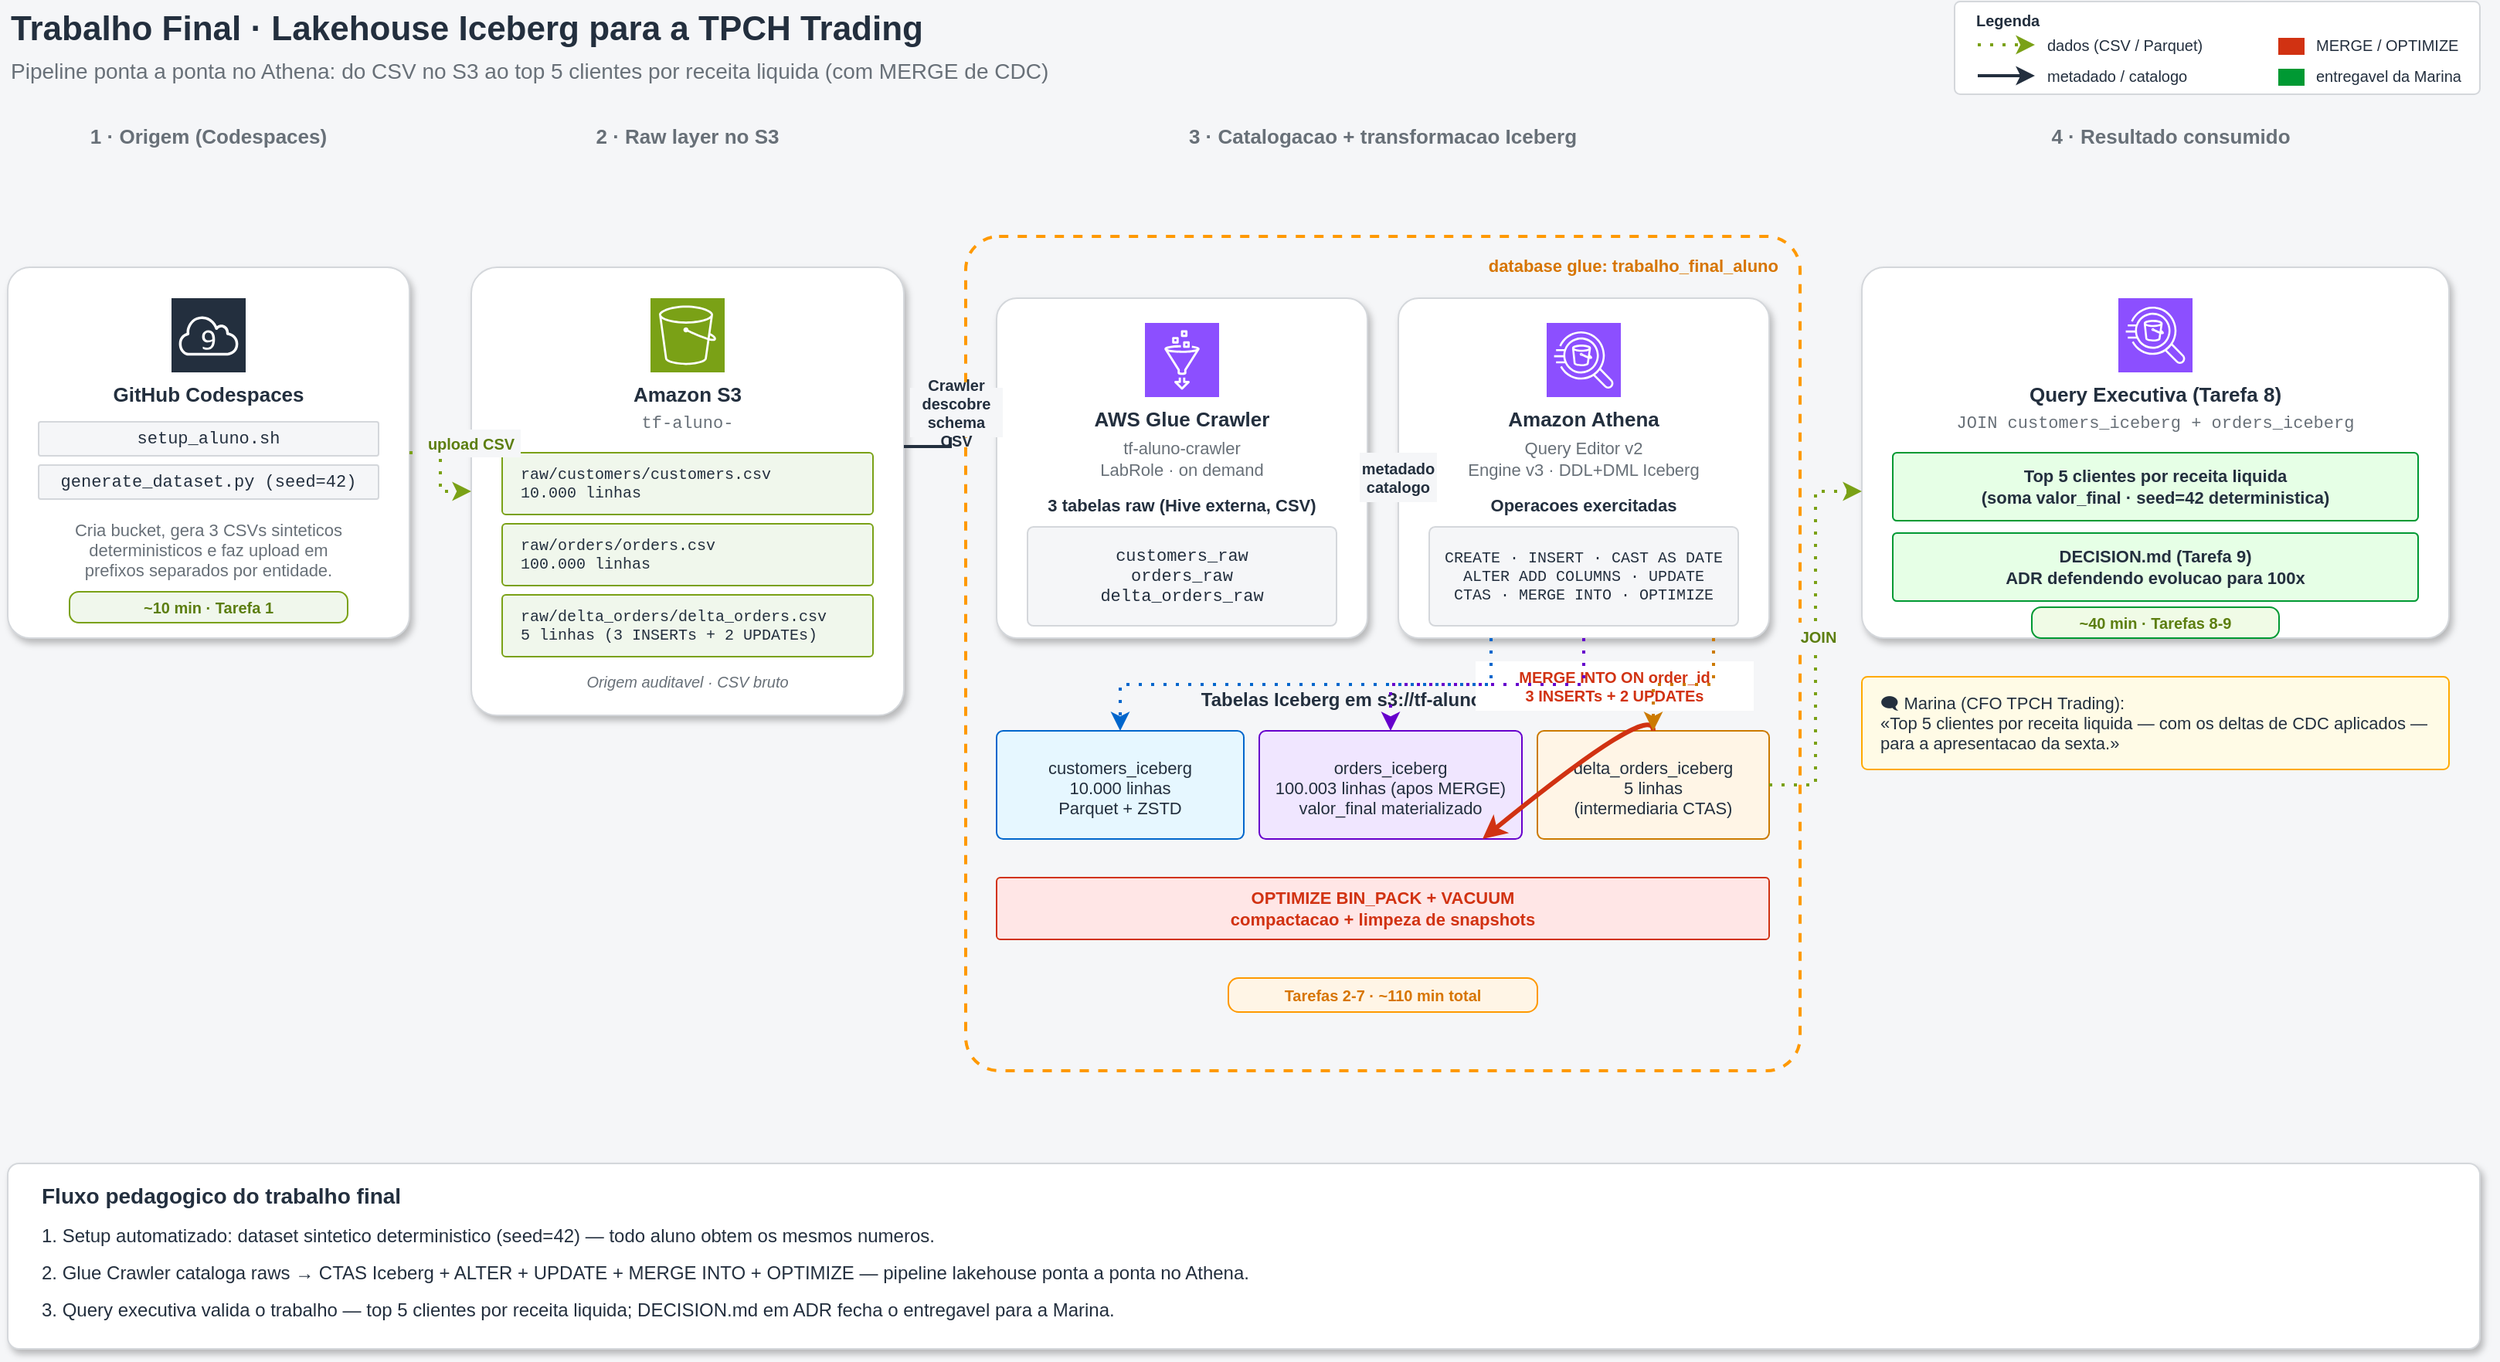
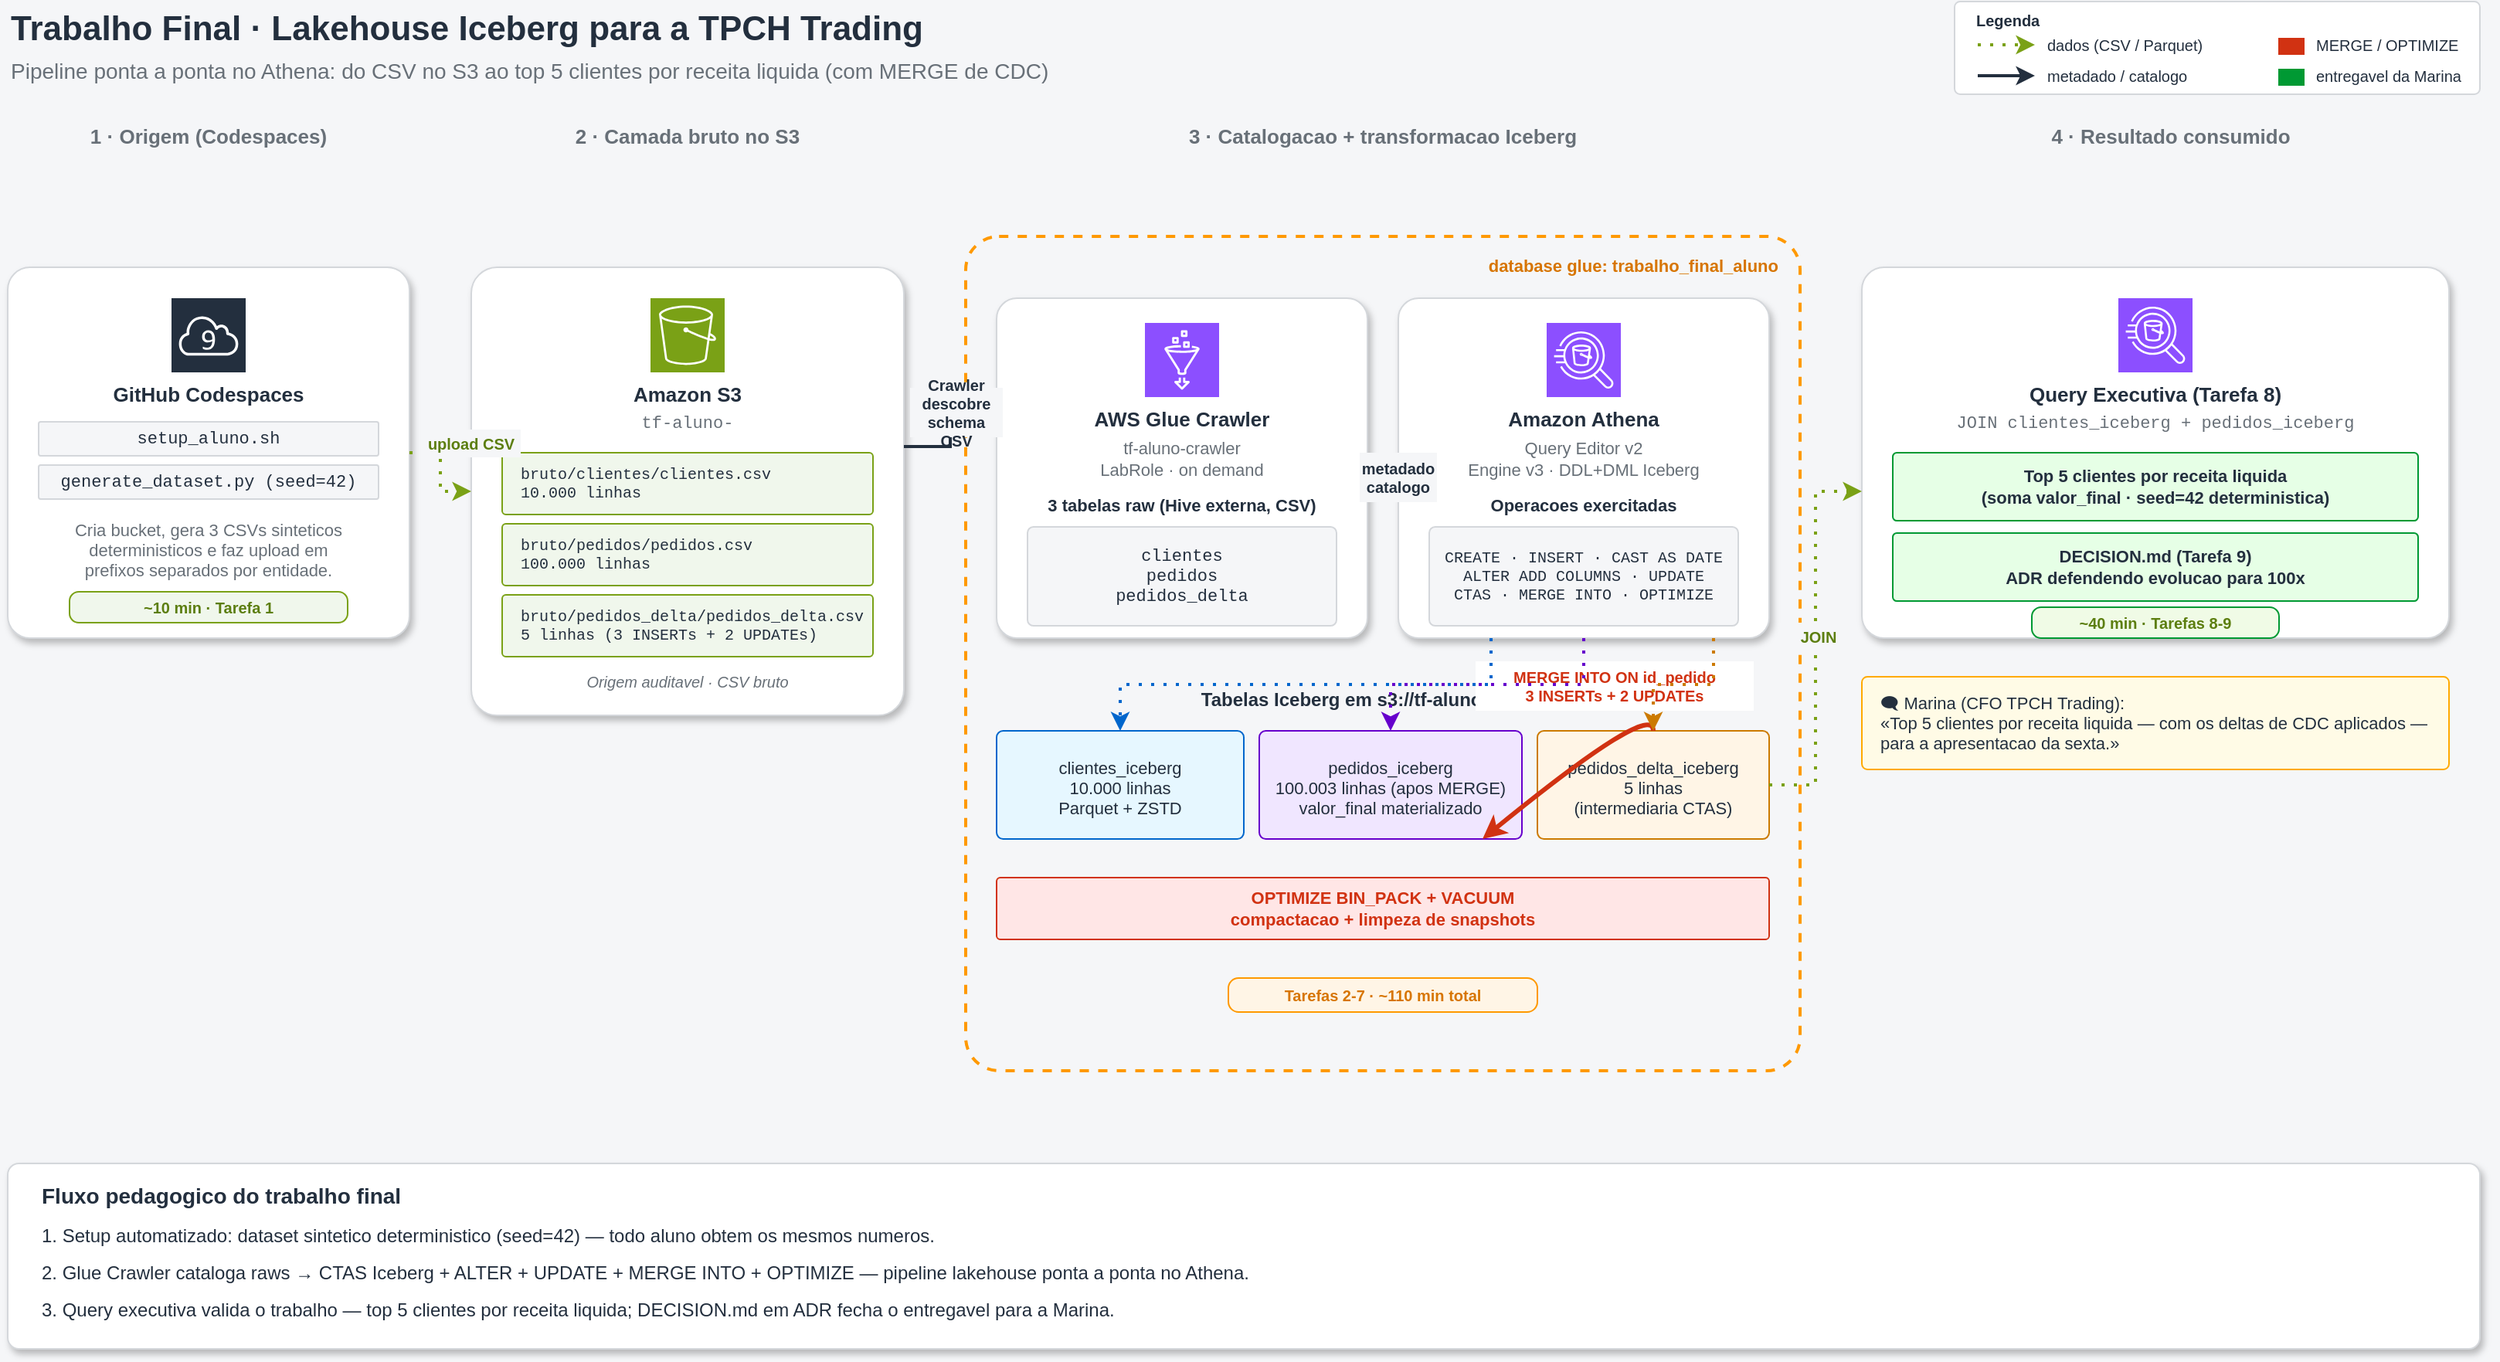
<?xml version="1.0" encoding="UTF-8"?>
<mxfile host="app.diagrams.net" modified="2026-05-23T14:00:00.000Z" agent="Claude" version="24.0.0" type="device">
  <diagram name="Arquitetura-Trabalho-Final" id="arq-tf">
    <mxGraphModel dx="2000" dy="1200" grid="0" gridSize="10" guides="1" tooltips="1" connect="1" arrows="1" fold="1" page="1" pageScale="1" pageWidth="1700" pageHeight="1000" math="0" shadow="0" background="#F5F6F8">
      <root>
        <mxCell id="0" />
        <mxCell id="1" parent="0" />

        <mxCell id="title" value="Trabalho Final · Lakehouse Iceberg para a TPCH Trading" style="text;html=1;strokeColor=none;fillColor=none;align=left;verticalAlign=middle;whiteSpace=wrap;rounded=0;fontSize=22;fontStyle=1;fontFamily=Helvetica;fontColor=#232F3E;" vertex="1" parent="1">
          <mxGeometry x="60" y="30" width="1200" height="32" as="geometry" />
        </mxCell>
        <mxCell id="subtitle" value="Pipeline ponta a ponta no Athena: do CSV no S3 ao top 5 clientes por receita liquida (com MERGE de CDC)" style="text;html=1;strokeColor=none;fillColor=none;align=left;verticalAlign=middle;whiteSpace=wrap;rounded=0;fontSize=14;fontStyle=0;fontFamily=Helvetica;fontColor=#687078;" vertex="1" parent="1">
          <mxGeometry x="60" y="62" width="1200" height="22" as="geometry" />
        </mxCell>

        <mxCell id="legend-box" value="" style="rounded=1;whiteSpace=wrap;html=1;fillColor=#FFFFFF;strokeColor=#D4D7DB;fontFamily=Helvetica;fontSize=11;arcSize=6;" vertex="1" parent="1">
          <mxGeometry x="1320" y="28" width="340" height="60" as="geometry" />
        </mxCell>
        <mxCell id="legend-title" value="Legenda" style="text;html=1;strokeColor=none;fillColor=none;align=left;verticalAlign=middle;whiteSpace=wrap;rounded=0;fontSize=10;fontStyle=1;fontFamily=Helvetica;fontColor=#232F3E;" vertex="1" parent="1">
          <mxGeometry x="1332" y="32" width="80" height="16" as="geometry" />
        </mxCell>
        <mxCell id="leg-data-line" value="" style="endArrow=classic;html=1;strokeColor=#7AA116;strokeWidth=2;dashed=1;dashPattern=1 3;fontFamily=Helvetica;fontSize=10;" edge="1" parent="1">
          <mxGeometry relative="1" as="geometry">
            <mxPoint x="1335" y="56" as="sourcePoint" />
            <mxPoint x="1372" y="56" as="targetPoint" />
          </mxGeometry>
        </mxCell>
        <mxCell id="leg-data-lbl" value="dados (CSV / Parquet)" style="text;html=1;strokeColor=none;fillColor=none;align=left;verticalAlign=middle;whiteSpace=wrap;rounded=0;fontSize=10;fontFamily=Helvetica;fontColor=#232F3E;" vertex="1" parent="1">
          <mxGeometry x="1378" y="48" width="140" height="16" as="geometry" />
        </mxCell>
        <mxCell id="leg-meta-line" value="" style="endArrow=classic;html=1;strokeColor=#232F3E;strokeWidth=2;fontFamily=Helvetica;fontSize=10;" edge="1" parent="1">
          <mxGeometry relative="1" as="geometry">
            <mxPoint x="1335" y="76" as="sourcePoint" />
            <mxPoint x="1372" y="76" as="targetPoint" />
          </mxGeometry>
        </mxCell>
        <mxCell id="leg-meta-lbl" value="metadado / catalogo" style="text;html=1;strokeColor=none;fillColor=none;align=left;verticalAlign=middle;whiteSpace=wrap;rounded=0;fontSize=10;fontFamily=Helvetica;fontColor=#232F3E;" vertex="1" parent="1">
          <mxGeometry x="1378" y="68" width="130" height="16" as="geometry" />
        </mxCell>
        <mxCell id="leg-merge-swatch" value="" style="rounded=0;whiteSpace=wrap;html=1;fillColor=#D13212;strokeColor=#D13212;" vertex="1" parent="1">
          <mxGeometry x="1530" y="52" width="16" height="10" as="geometry" />
        </mxCell>
        <mxCell id="leg-merge-lbl" value="MERGE / OPTIMIZE" style="text;html=1;strokeColor=none;fillColor=none;align=left;verticalAlign=middle;whiteSpace=wrap;rounded=0;fontSize=10;fontFamily=Helvetica;fontColor=#232F3E;" vertex="1" parent="1">
          <mxGeometry x="1552" y="48" width="110" height="16" as="geometry" />
        </mxCell>
        <mxCell id="leg-deliv-swatch" value="" style="rounded=0;whiteSpace=wrap;html=1;fillColor=#009933;strokeColor=#009933;" vertex="1" parent="1">
          <mxGeometry x="1530" y="72" width="16" height="10" as="geometry" />
        </mxCell>
        <mxCell id="leg-deliv-lbl" value="entregavel da Marina" style="text;html=1;strokeColor=none;fillColor=none;align=left;verticalAlign=middle;whiteSpace=wrap;rounded=0;fontSize=10;fontFamily=Helvetica;fontColor=#232F3E;" vertex="1" parent="1">
          <mxGeometry x="1552" y="68" width="120" height="16" as="geometry" />
        </mxCell>

        <mxCell id="col1-title" value="1 · Origem (Codespaces)" style="text;html=1;strokeColor=none;fillColor=none;align=center;verticalAlign=middle;whiteSpace=wrap;rounded=0;fontSize=13;fontStyle=1;fontFamily=Helvetica;fontColor=#687078;" vertex="1" parent="1">
          <mxGeometry x="60" y="105" width="260" height="20" as="geometry" />
        </mxCell>
-         <mxCell id="col2-title" value="2 · Raw layer no S3" style="text;html=1;strokeColor=none;fillColor=none;align=center;verticalAlign=middle;whiteSpace=wrap;rounded=0;fontSize=13;fontStyle=1;fontFamily=Helvetica;fontColor=#687078;" vertex="1" parent="1">
+         <mxCell id="col2-title" value="2 · Camada bruto no S3" style="text;html=1;strokeColor=none;fillColor=none;align=center;verticalAlign=middle;whiteSpace=wrap;rounded=0;fontSize=13;fontStyle=1;fontFamily=Helvetica;fontColor=#687078;" vertex="1" parent="1">
          <mxGeometry x="360" y="105" width="280" height="20" as="geometry" />
        </mxCell>
        <mxCell id="col3-title" value="3 · Catalogacao + transformacao Iceberg" style="text;html=1;strokeColor=none;fillColor=none;align=center;verticalAlign=middle;whiteSpace=wrap;rounded=0;fontSize=13;fontStyle=1;fontFamily=Helvetica;fontColor=#687078;" vertex="1" parent="1">
          <mxGeometry x="680" y="105" width="540" height="20" as="geometry" />
        </mxCell>
        <mxCell id="col4-title" value="4 · Resultado consumido" style="text;html=1;strokeColor=none;fillColor=none;align=center;verticalAlign=middle;whiteSpace=wrap;rounded=0;fontSize=13;fontStyle=1;fontFamily=Helvetica;fontColor=#687078;" vertex="1" parent="1">
          <mxGeometry x="1260" y="105" width="400" height="20" as="geometry" />
        </mxCell>

        <mxCell id="cs-card" value="" style="rounded=1;whiteSpace=wrap;html=1;fillColor=#FFFFFF;strokeColor=#D4D7DB;arcSize=6;shadow=1;" vertex="1" parent="1">
          <mxGeometry x="60" y="200" width="260" height="240" as="geometry" />
        </mxCell>
        <mxCell id="cs-icon" value="" style="sketch=0;outlineConnect=0;gradientColor=none;fillColor=#232F3E;strokeColor=#FFFFFF;dashed=0;verticalLabelPosition=bottom;verticalAlign=top;align=center;html=1;shape=mxgraph.aws4.resourceIcon;resIcon=mxgraph.aws4.cloud9;" vertex="1" parent="1">
          <mxGeometry x="166" y="220" width="48" height="48" as="geometry" />
        </mxCell>
        <mxCell id="cs-name" value="GitHub Codespaces" style="text;html=1;strokeColor=none;fillColor=none;align=center;verticalAlign=middle;whiteSpace=wrap;rounded=0;fontSize=13;fontStyle=1;fontFamily=Helvetica;fontColor=#232F3E;" vertex="1" parent="1">
          <mxGeometry x="60" y="272" width="260" height="20" as="geometry" />
        </mxCell>
        <mxCell id="cs-script1" value="setup_aluno.sh" style="rounded=1;whiteSpace=wrap;html=1;fillColor=#F5F6F8;strokeColor=#D4D7DB;fontSize=11;fontFamily=Courier New;fontColor=#232F3E;arcSize=6;align=center;" vertex="1" parent="1">
          <mxGeometry x="80" y="300" width="220" height="22" as="geometry" />
        </mxCell>
        <mxCell id="cs-script2" value="generate_dataset.py  (seed=42)" style="rounded=1;whiteSpace=wrap;html=1;fillColor=#F5F6F8;strokeColor=#D4D7DB;fontSize=11;fontFamily=Courier New;fontColor=#232F3E;arcSize=6;align=center;" vertex="1" parent="1">
          <mxGeometry x="80" y="328" width="220" height="22" as="geometry" />
        </mxCell>
        <mxCell id="cs-detail" value="Cria bucket, gera 3 CSVs sinteticos&#10;deterministicos e faz upload em&#10;prefixos separados por entidade." style="text;html=1;strokeColor=none;fillColor=none;align=center;verticalAlign=middle;whiteSpace=wrap;rounded=0;fontSize=11;fontFamily=Helvetica;fontColor=#687078;" vertex="1" parent="1">
          <mxGeometry x="60" y="358" width="260" height="50" as="geometry" />
        </mxCell>
        <mxCell id="cs-time" value="~10 min · Tarefa 1" style="rounded=1;whiteSpace=wrap;html=1;fillColor=#F0F7EC;strokeColor=#7AA116;fontSize=10;fontStyle=1;fontFamily=Helvetica;fontColor=#5C7E10;arcSize=30;" vertex="1" parent="1">
          <mxGeometry x="100" y="410" width="180" height="20" as="geometry" />
        </mxCell>

        <mxCell id="s3-card" value="" style="rounded=1;whiteSpace=wrap;html=1;fillColor=#FFFFFF;strokeColor=#D4D7DB;arcSize=6;shadow=1;" vertex="1" parent="1">
          <mxGeometry x="360" y="200" width="280" height="290" as="geometry" />
        </mxCell>
        <mxCell id="s3-icon" value="" style="sketch=0;outlineConnect=0;gradientColor=none;fillColor=#7AA116;strokeColor=#FFFFFF;dashed=0;verticalLabelPosition=bottom;verticalAlign=top;align=center;html=1;shape=mxgraph.aws4.resourceIcon;resIcon=mxgraph.aws4.s3;" vertex="1" parent="1">
          <mxGeometry x="476" y="220" width="48" height="48" as="geometry" />
        </mxCell>
        <mxCell id="s3-name" value="Amazon S3" style="text;html=1;strokeColor=none;fillColor=none;align=center;verticalAlign=middle;whiteSpace=wrap;rounded=0;fontSize=13;fontStyle=1;fontFamily=Helvetica;fontColor=#232F3E;" vertex="1" parent="1">
          <mxGeometry x="360" y="272" width="280" height="20" as="geometry" />
        </mxCell>
        <mxCell id="s3-bucket" value="tf-aluno-&lt;ACCOUNT_ID&gt;" style="text;html=1;strokeColor=none;fillColor=none;align=center;verticalAlign=middle;whiteSpace=wrap;rounded=0;fontSize=11;fontFamily=Courier New;fontColor=#687078;" vertex="1" parent="1">
          <mxGeometry x="360" y="292" width="280" height="18" as="geometry" />
        </mxCell>
-         <mxCell id="s3-prefix1" value="raw/customers/customers.csv&#10;10.000 linhas" style="rounded=1;whiteSpace=wrap;html=1;fillColor=#F0F7EC;strokeColor=#7AA116;fontSize=10;fontFamily=Courier New;fontColor=#232F3E;arcSize=6;align=left;spacingLeft=10;verticalAlign=middle;" vertex="1" parent="1">
+         <mxCell id="s3-prefix1" value="bruto/clientes/clientes.csv&#10;10.000 linhas" style="rounded=1;whiteSpace=wrap;html=1;fillColor=#F0F7EC;strokeColor=#7AA116;fontSize=10;fontFamily=Courier New;fontColor=#232F3E;arcSize=6;align=left;spacingLeft=10;verticalAlign=middle;" vertex="1" parent="1">
          <mxGeometry x="380" y="320" width="240" height="40" as="geometry" />
        </mxCell>
-         <mxCell id="s3-prefix2" value="raw/orders/orders.csv&#10;100.000 linhas" style="rounded=1;whiteSpace=wrap;html=1;fillColor=#F0F7EC;strokeColor=#7AA116;fontSize=10;fontFamily=Courier New;fontColor=#232F3E;arcSize=6;align=left;spacingLeft=10;verticalAlign=middle;" vertex="1" parent="1">
+         <mxCell id="s3-prefix2" value="bruto/pedidos/pedidos.csv&#10;100.000 linhas" style="rounded=1;whiteSpace=wrap;html=1;fillColor=#F0F7EC;strokeColor=#7AA116;fontSize=10;fontFamily=Courier New;fontColor=#232F3E;arcSize=6;align=left;spacingLeft=10;verticalAlign=middle;" vertex="1" parent="1">
          <mxGeometry x="380" y="366" width="240" height="40" as="geometry" />
        </mxCell>
-         <mxCell id="s3-prefix3" value="raw/delta_orders/delta_orders.csv&#10;5 linhas (3 INSERTs + 2 UPDATEs)" style="rounded=1;whiteSpace=wrap;html=1;fillColor=#F0F7EC;strokeColor=#7AA116;fontSize=10;fontFamily=Courier New;fontColor=#232F3E;arcSize=6;align=left;spacingLeft=10;verticalAlign=middle;" vertex="1" parent="1">
+         <mxCell id="s3-prefix3" value="bruto/pedidos_delta/pedidos_delta.csv&#10;5 linhas (3 INSERTs + 2 UPDATEs)" style="rounded=1;whiteSpace=wrap;html=1;fillColor=#F0F7EC;strokeColor=#7AA116;fontSize=10;fontFamily=Courier New;fontColor=#232F3E;arcSize=6;align=left;spacingLeft=10;verticalAlign=middle;" vertex="1" parent="1">
          <mxGeometry x="380" y="412" width="240" height="40" as="geometry" />
        </mxCell>
        <mxCell id="s3-time" value="Origem auditavel · CSV bruto" style="rounded=1;whiteSpace=wrap;html=1;fillColor=none;strokeColor=none;fontSize=10;fontStyle=2;fontFamily=Helvetica;fontColor=#687078;align=center;" vertex="1" parent="1">
          <mxGeometry x="360" y="458" width="280" height="20" as="geometry" />
        </mxCell>

        <mxCell id="proc-boundary" value="database glue: trabalho_final_aluno" style="rounded=1;whiteSpace=wrap;html=1;fillColor=none;strokeColor=#FF9900;fontFamily=Helvetica;fontSize=11;fontStyle=1;strokeWidth=2;dashed=1;align=right;verticalAlign=top;fontColor=#D77500;arcSize=4;spacingRight=12;spacingTop=6;" vertex="1" parent="1">
          <mxGeometry x="680" y="180" width="540" height="540" as="geometry" />
        </mxCell>

        <mxCell id="glue-card" value="" style="rounded=1;whiteSpace=wrap;html=1;fillColor=#FFFFFF;strokeColor=#D4D7DB;arcSize=6;shadow=1;" vertex="1" parent="1">
          <mxGeometry x="700" y="220" width="240" height="220" as="geometry" />
        </mxCell>
        <mxCell id="glue-icon" value="" style="sketch=0;outlineConnect=0;gradientColor=none;fillColor=#8C4FFF;strokeColor=#FFFFFF;dashed=0;verticalLabelPosition=bottom;verticalAlign=top;align=center;html=1;shape=mxgraph.aws4.resourceIcon;resIcon=mxgraph.aws4.glue;" vertex="1" parent="1">
          <mxGeometry x="796" y="236" width="48" height="48" as="geometry" />
        </mxCell>
        <mxCell id="glue-name" value="AWS Glue Crawler" style="text;html=1;strokeColor=none;fillColor=none;align=center;verticalAlign=middle;whiteSpace=wrap;rounded=0;fontSize=13;fontStyle=1;fontFamily=Helvetica;fontColor=#232F3E;" vertex="1" parent="1">
          <mxGeometry x="700" y="288" width="240" height="20" as="geometry" />
        </mxCell>
        <mxCell id="glue-sub" value="tf-aluno-crawler  &#10;LabRole · on demand" style="text;html=1;strokeColor=none;fillColor=none;align=center;verticalAlign=middle;whiteSpace=wrap;rounded=0;fontSize=11;fontFamily=Helvetica;fontColor=#687078;" vertex="1" parent="1">
          <mxGeometry x="700" y="308" width="240" height="32" as="geometry" />
        </mxCell>
        <mxCell id="glue-tables-title" value="3 tabelas raw (Hive externa, CSV)" style="text;html=1;strokeColor=none;fillColor=none;align=center;verticalAlign=middle;whiteSpace=wrap;rounded=0;fontSize=11;fontStyle=1;fontFamily=Helvetica;fontColor=#232F3E;" vertex="1" parent="1">
          <mxGeometry x="700" y="345" width="240" height="18" as="geometry" />
        </mxCell>
-         <mxCell id="glue-tables" value="customers_raw&#10;orders_raw&#10;delta_orders_raw" style="rounded=1;whiteSpace=wrap;html=1;fillColor=#F5F6F8;strokeColor=#D4D7DB;fontSize=11;fontFamily=Courier New;fontColor=#232F3E;arcSize=6;align=center;verticalAlign=middle;" vertex="1" parent="1">
+         <mxCell id="glue-tables" value="clientes&#10;pedidos&#10;pedidos_delta" style="rounded=1;whiteSpace=wrap;html=1;fillColor=#F5F6F8;strokeColor=#D4D7DB;fontSize=11;fontFamily=Courier New;fontColor=#232F3E;arcSize=6;align=center;verticalAlign=middle;" vertex="1" parent="1">
          <mxGeometry x="720" y="368" width="200" height="64" as="geometry" />
        </mxCell>

        <mxCell id="athena-card" value="" style="rounded=1;whiteSpace=wrap;html=1;fillColor=#FFFFFF;strokeColor=#D4D7DB;arcSize=6;shadow=1;" vertex="1" parent="1">
          <mxGeometry x="960" y="220" width="240" height="220" as="geometry" />
        </mxCell>
        <mxCell id="athena-icon" value="" style="sketch=0;outlineConnect=0;gradientColor=none;fillColor=#8C4FFF;strokeColor=#FFFFFF;dashed=0;verticalLabelPosition=bottom;verticalAlign=top;align=center;html=1;shape=mxgraph.aws4.resourceIcon;resIcon=mxgraph.aws4.athena;" vertex="1" parent="1">
          <mxGeometry x="1056" y="236" width="48" height="48" as="geometry" />
        </mxCell>
        <mxCell id="athena-name" value="Amazon Athena" style="text;html=1;strokeColor=none;fillColor=none;align=center;verticalAlign=middle;whiteSpace=wrap;rounded=0;fontSize=13;fontStyle=1;fontFamily=Helvetica;fontColor=#232F3E;" vertex="1" parent="1">
          <mxGeometry x="960" y="288" width="240" height="20" as="geometry" />
        </mxCell>
        <mxCell id="athena-sub" value="Query Editor v2&#10;Engine v3 · DDL+DML Iceberg" style="text;html=1;strokeColor=none;fillColor=none;align=center;verticalAlign=middle;whiteSpace=wrap;rounded=0;fontSize=11;fontFamily=Helvetica;fontColor=#687078;" vertex="1" parent="1">
          <mxGeometry x="960" y="308" width="240" height="32" as="geometry" />
        </mxCell>
        <mxCell id="athena-ops-title" value="Operacoes exercitadas" style="text;html=1;strokeColor=none;fillColor=none;align=center;verticalAlign=middle;whiteSpace=wrap;rounded=0;fontSize=11;fontStyle=1;fontFamily=Helvetica;fontColor=#232F3E;" vertex="1" parent="1">
          <mxGeometry x="960" y="345" width="240" height="18" as="geometry" />
        </mxCell>
        <mxCell id="athena-ops" value="CREATE · INSERT · CAST AS DATE&#10;ALTER ADD COLUMNS · UPDATE&#10;CTAS · MERGE INTO · OPTIMIZE" style="rounded=1;whiteSpace=wrap;html=1;fillColor=#F5F6F8;strokeColor=#D4D7DB;fontSize=10;fontFamily=Courier New;fontColor=#232F3E;arcSize=6;align=center;verticalAlign=middle;" vertex="1" parent="1">
          <mxGeometry x="980" y="368" width="200" height="64" as="geometry" />
        </mxCell>

        <mxCell id="iceberg-tables-title" value="Tabelas Iceberg em s3://tf-aluno-&lt;ACCOUNT_ID&gt;/iceberg/" style="text;html=1;strokeColor=none;fillColor=none;align=center;verticalAlign=middle;whiteSpace=wrap;rounded=0;fontSize=12;fontStyle=1;fontFamily=Helvetica;fontColor=#232F3E;" vertex="1" parent="1">
          <mxGeometry x="700" y="470" width="500" height="20" as="geometry" />
        </mxCell>

-         <mxCell id="iceberg-cust" value="customers_iceberg&#10;10.000 linhas&#10;Parquet + ZSTD" style="rounded=1;whiteSpace=wrap;html=1;fillColor=#E6F7FF;strokeColor=#0066CC;fontSize=11;fontFamily=Helvetica;fontColor=#232F3E;arcSize=6;align=center;verticalAlign=middle;spacingTop=4;" vertex="1" parent="1">
+         <mxCell id="iceberg-cust" value="clientes_iceberg&#10;10.000 linhas&#10;Parquet + ZSTD" style="rounded=1;whiteSpace=wrap;html=1;fillColor=#E6F7FF;strokeColor=#0066CC;fontSize=11;fontFamily=Helvetica;fontColor=#232F3E;arcSize=6;align=center;verticalAlign=middle;spacingTop=4;" vertex="1" parent="1">
          <mxGeometry x="700" y="500" width="160" height="70" as="geometry" />
        </mxCell>
-         <mxCell id="iceberg-orders" value="orders_iceberg&#10;100.003 linhas (apos MERGE)&#10;valor_final materializado" style="rounded=1;whiteSpace=wrap;html=1;fillColor=#F0E6FF;strokeColor=#6600CC;fontSize=11;fontFamily=Helvetica;fontColor=#232F3E;arcSize=6;align=center;verticalAlign=middle;spacingTop=4;" vertex="1" parent="1">
+         <mxCell id="iceberg-orders" value="pedidos_iceberg&#10;100.003 linhas (apos MERGE)&#10;valor_final materializado" style="rounded=1;whiteSpace=wrap;html=1;fillColor=#F0E6FF;strokeColor=#6600CC;fontSize=11;fontFamily=Helvetica;fontColor=#232F3E;arcSize=6;align=center;verticalAlign=middle;spacingTop=4;" vertex="1" parent="1">
          <mxGeometry x="870" y="500" width="170" height="70" as="geometry" />
        </mxCell>
-         <mxCell id="iceberg-delta" value="delta_orders_iceberg&#10;5 linhas&#10;(intermediaria CTAS)" style="rounded=1;whiteSpace=wrap;html=1;fillColor=#FFF5E6;strokeColor=#CC7A00;fontSize=11;fontFamily=Helvetica;fontColor=#232F3E;arcSize=6;align=center;verticalAlign=middle;spacingTop=4;" vertex="1" parent="1">
+         <mxCell id="iceberg-delta" value="pedidos_delta_iceberg&#10;5 linhas&#10;(intermediaria CTAS)" style="rounded=1;whiteSpace=wrap;html=1;fillColor=#FFF5E6;strokeColor=#CC7A00;fontSize=11;fontFamily=Helvetica;fontColor=#232F3E;arcSize=6;align=center;verticalAlign=middle;spacingTop=4;" vertex="1" parent="1">
          <mxGeometry x="1050" y="500" width="150" height="70" as="geometry" />
        </mxCell>

        <mxCell id="merge-arrow" style="endArrow=classic;html=1;strokeColor=#D13212;strokeWidth=3;fontFamily=Helvetica;fontSize=11;fontStyle=1;fontColor=#D13212;curved=1;exitX=0.5;exitY=0;exitDx=0;exitDy=0;entryX=0.85;entryY=1;entryDx=0;entryDy=0;" edge="1" parent="1" source="iceberg-delta" target="iceberg-orders">
          <mxGeometry relative="1" as="geometry">
            <Array as="points">
              <mxPoint x="1125" y="480" />
            </Array>
          </mxGeometry>
        </mxCell>
-         <mxCell id="merge-label" value="MERGE INTO ON order_id&#10;3 INSERTs + 2 UPDATEs" style="text;html=1;strokeColor=none;fillColor=#FFFFFF;align=center;verticalAlign=middle;whiteSpace=wrap;rounded=0;fontSize=10;fontStyle=1;fontFamily=Helvetica;fontColor=#D13212;" vertex="1" parent="1">
+         <mxCell id="merge-label" value="MERGE INTO ON id_pedido&#10;3 INSERTs + 2 UPDATEs" style="text;html=1;strokeColor=none;fillColor=#FFFFFF;align=center;verticalAlign=middle;whiteSpace=wrap;rounded=0;fontSize=10;fontStyle=1;fontFamily=Helvetica;fontColor=#D13212;" vertex="1" parent="1">
          <mxGeometry x="1010" y="455" width="180" height="32" as="geometry" />
        </mxCell>

        <mxCell id="optimize-card" value="OPTIMIZE BIN_PACK + VACUUM&#10;compactacao + limpeza de snapshots" style="rounded=1;whiteSpace=wrap;html=1;fillColor=#FFE6E6;strokeColor=#D13212;fontSize=11;fontStyle=1;fontFamily=Helvetica;fontColor=#D13212;arcSize=6;align=center;verticalAlign=middle;" vertex="1" parent="1">
          <mxGeometry x="700" y="595" width="500" height="40" as="geometry" />
        </mxCell>

        <mxCell id="proc-time" value="Tarefas 2-7 · ~110 min total" style="rounded=1;whiteSpace=wrap;html=1;fillColor=#FFF5E6;strokeColor=#FF9900;fontSize=10;fontStyle=1;fontFamily=Helvetica;fontColor=#D77500;arcSize=30;align=center;" vertex="1" parent="1">
          <mxGeometry x="850" y="660" width="200" height="22" as="geometry" />
        </mxCell>

        <mxCell id="query-card" value="" style="rounded=1;whiteSpace=wrap;html=1;fillColor=#FFFFFF;strokeColor=#D4D7DB;arcSize=6;shadow=1;" vertex="1" parent="1">
          <mxGeometry x="1260" y="200" width="380" height="240" as="geometry" />
        </mxCell>
        <mxCell id="query-icon" value="" style="sketch=0;outlineConnect=0;gradientColor=none;fillColor=#8C4FFF;strokeColor=#FFFFFF;dashed=0;verticalLabelPosition=bottom;verticalAlign=top;align=center;html=1;shape=mxgraph.aws4.resourceIcon;resIcon=mxgraph.aws4.athena;" vertex="1" parent="1">
          <mxGeometry x="1426" y="220" width="48" height="48" as="geometry" />
        </mxCell>
        <mxCell id="query-name" value="Query Executiva (Tarefa 8)" style="text;html=1;strokeColor=none;fillColor=none;align=center;verticalAlign=middle;whiteSpace=wrap;rounded=0;fontSize=13;fontStyle=1;fontFamily=Helvetica;fontColor=#232F3E;" vertex="1" parent="1">
          <mxGeometry x="1260" y="272" width="380" height="20" as="geometry" />
        </mxCell>
-         <mxCell id="query-sub" value="JOIN customers_iceberg + orders_iceberg" style="text;html=1;strokeColor=none;fillColor=none;align=center;verticalAlign=middle;whiteSpace=wrap;rounded=0;fontSize=11;fontFamily=Courier New;fontColor=#687078;" vertex="1" parent="1">
+         <mxCell id="query-sub" value="JOIN clientes_iceberg + pedidos_iceberg" style="text;html=1;strokeColor=none;fillColor=none;align=center;verticalAlign=middle;whiteSpace=wrap;rounded=0;fontSize=11;fontFamily=Courier New;fontColor=#687078;" vertex="1" parent="1">
          <mxGeometry x="1260" y="292" width="380" height="18" as="geometry" />
        </mxCell>
        <mxCell id="query-text" value="Top 5 clientes por receita liquida&#10;(soma valor_final · seed=42 deterministica)" style="rounded=1;whiteSpace=wrap;html=1;fillColor=#E6FFE6;strokeColor=#009933;fontSize=11;fontStyle=1;fontFamily=Helvetica;fontColor=#232F3E;arcSize=6;align=center;verticalAlign=middle;" vertex="1" parent="1">
          <mxGeometry x="1280" y="320" width="340" height="44" as="geometry" />
        </mxCell>
        <mxCell id="decision-text" value="DECISION.md (Tarefa 9)&#10;ADR defendendo evolucao para 100x" style="rounded=1;whiteSpace=wrap;html=1;fillColor=#E6FFE6;strokeColor=#009933;fontSize=11;fontStyle=1;fontFamily=Helvetica;fontColor=#232F3E;arcSize=6;align=center;verticalAlign=middle;" vertex="1" parent="1">
          <mxGeometry x="1280" y="372" width="340" height="44" as="geometry" />
        </mxCell>
        <mxCell id="query-time" value="~40 min · Tarefas 8-9" style="rounded=1;whiteSpace=wrap;html=1;fillColor=#F0FBE6;strokeColor=#009933;fontSize=10;fontStyle=1;fontFamily=Helvetica;fontColor=#5C7E10;arcSize=30;" vertex="1" parent="1">
          <mxGeometry x="1370" y="420" width="160" height="20" as="geometry" />
        </mxCell>

        <mxCell id="marina-card" value="🗨 Marina (CFO TPCH Trading):&#10;«Top 5 clientes por receita liquida — com os deltas de CDC aplicados — para a apresentacao da sexta.»" style="rounded=1;whiteSpace=wrap;html=1;fillColor=#FFFBE6;strokeColor=#FFAA00;fontSize=11;fontFamily=Helvetica;fontColor=#232F3E;verticalAlign=middle;align=left;spacingLeft=10;arcSize=6;" vertex="1" parent="1">
          <mxGeometry x="1260" y="465" width="380" height="60" as="geometry" />
        </mxCell>

        <mxCell id="arrow-cs-s3" style="edgeStyle=orthogonalEdgeStyle;rounded=0;orthogonalLoop=1;jettySize=auto;html=1;exitX=1;exitY=0.5;exitDx=0;exitDy=0;entryX=0;entryY=0.5;entryDx=0;entryDy=0;strokeColor=#7AA116;strokeWidth=2;dashed=1;dashPattern=1 3;endArrow=classic;endFill=1;fontSize=10;fontStyle=1;fontColor=#5C7E10;" edge="1" parent="1" source="cs-card" target="s3-card">
          <mxGeometry relative="1" as="geometry">
            <mxPoint x="340" y="320" as="targetPoint" />
          </mxGeometry>
        </mxCell>
        <mxCell id="arrow-cs-s3-lbl" value="upload CSV" style="text;html=1;align=center;verticalAlign=middle;whiteSpace=wrap;rounded=0;fontSize=10;fontStyle=1;fontFamily=Helvetica;fontColor=#5C7E10;strokeColor=none;fillColor=#F5F6F8;" vertex="1" parent="1">
          <mxGeometry x="328" y="305" width="64" height="18" as="geometry" />
        </mxCell>

        <mxCell id="arrow-s3-glue" style="edgeStyle=orthogonalEdgeStyle;rounded=0;orthogonalLoop=1;jettySize=auto;html=1;exitX=1;exitY=0.4;exitDx=0;exitDy=0;entryX=0;entryY=0.3;entryDx=0;entryDy=0;strokeColor=#232F3E;strokeWidth=2;endArrow=classic;endFill=1;fontSize=10;fontStyle=1;fontColor=#232F3E;" edge="1" parent="1" source="s3-card" target="glue-card">
          <mxGeometry relative="1" as="geometry" />
        </mxCell>
        <mxCell id="arrow-s3-glue-lbl" value="Crawler descobre&#10;schema CSV" style="text;html=1;align=center;verticalAlign=middle;whiteSpace=wrap;rounded=0;fontSize=10;fontStyle=1;fontFamily=Helvetica;fontColor=#232F3E;strokeColor=none;fillColor=#F5F6F8;" vertex="1" parent="1">
          <mxGeometry x="644" y="278" width="60" height="32" as="geometry" />
        </mxCell>

        <mxCell id="arrow-glue-athena" style="edgeStyle=orthogonalEdgeStyle;rounded=0;orthogonalLoop=1;jettySize=auto;html=1;exitX=1;exitY=0.5;exitDx=0;exitDy=0;entryX=0;entryY=0.5;entryDx=0;entryDy=0;strokeColor=#232F3E;strokeWidth=2;endArrow=classic;endFill=1;" edge="1" parent="1" source="glue-card" target="athena-card">
          <mxGeometry relative="1" as="geometry" />
        </mxCell>
        <mxCell id="arrow-glue-athena-lbl" value="metadado&#10;catalogo" style="text;html=1;align=center;verticalAlign=middle;whiteSpace=wrap;rounded=0;fontSize=10;fontStyle=1;fontFamily=Helvetica;fontColor=#232F3E;strokeColor=none;fillColor=#F5F6F8;" vertex="1" parent="1">
          <mxGeometry x="935" y="320" width="50" height="32" as="geometry" />
        </mxCell>

        <mxCell id="arrow-athena-cust" style="edgeStyle=orthogonalEdgeStyle;rounded=0;orthogonalLoop=1;jettySize=auto;html=1;exitX=0.25;exitY=1;exitDx=0;exitDy=0;entryX=0.5;entryY=0;entryDx=0;entryDy=0;strokeColor=#0066CC;strokeWidth=2;dashed=1;dashPattern=1 3;endArrow=classic;endFill=1;" edge="1" parent="1" source="athena-card" target="iceberg-cust">
          <mxGeometry relative="1" as="geometry" />
        </mxCell>
        <mxCell id="arrow-athena-orders" style="edgeStyle=orthogonalEdgeStyle;rounded=0;orthogonalLoop=1;jettySize=auto;html=1;exitX=0.5;exitY=1;exitDx=0;exitDy=0;entryX=0.5;entryY=0;entryDx=0;entryDy=0;strokeColor=#6600CC;strokeWidth=2;dashed=1;dashPattern=1 3;endArrow=classic;endFill=1;" edge="1" parent="1" source="athena-card" target="iceberg-orders">
          <mxGeometry relative="1" as="geometry" />
        </mxCell>
        <mxCell id="arrow-athena-delta" style="edgeStyle=orthogonalEdgeStyle;rounded=0;orthogonalLoop=1;jettySize=auto;html=1;exitX=0.85;exitY=1;exitDx=0;exitDy=0;entryX=0.5;entryY=0;entryDx=0;entryDy=0;strokeColor=#CC7A00;strokeWidth=2;dashed=1;dashPattern=1 3;endArrow=classic;endFill=1;" edge="1" parent="1" source="athena-card" target="iceberg-delta">
          <mxGeometry relative="1" as="geometry" />
        </mxCell>

        <mxCell id="arrow-orders-query" style="edgeStyle=orthogonalEdgeStyle;rounded=0;orthogonalLoop=1;jettySize=auto;html=1;exitX=1;exitY=0.5;exitDx=0;exitDy=0;entryX=0;entryY=0.5;entryDx=0;entryDy=0;strokeColor=#7AA116;strokeWidth=2;dashed=1;dashPattern=1 3;endArrow=classic;endFill=1;fontSize=10;" edge="1" parent="1">
          <mxGeometry relative="1" as="geometry">
            <mxPoint x="1200" y="535" as="sourcePoint" />
            <mxPoint x="1260" y="345" as="targetPoint" />
            <Array as="points">
              <mxPoint x="1230" y="535" />
              <mxPoint x="1230" y="345" />
            </Array>
          </mxGeometry>
        </mxCell>
        <mxCell id="arrow-orders-query-lbl" value="JOIN" style="text;html=1;align=center;verticalAlign=middle;whiteSpace=wrap;rounded=0;fontSize=10;fontStyle=1;fontFamily=Helvetica;fontColor=#5C7E10;strokeColor=none;fillColor=#F5F6F8;" vertex="1" parent="1">
          <mxGeometry x="1216" y="430" width="32" height="18" as="geometry" />
        </mxCell>

        <mxCell id="footer-box" value="" style="rounded=1;whiteSpace=wrap;html=1;fillColor=#FFFFFF;strokeColor=#D4D7DB;arcSize=6;shadow=1;" vertex="1" parent="1">
          <mxGeometry x="60" y="780" width="1600" height="120" as="geometry" />
        </mxCell>
        <mxCell id="footer-title" value="Fluxo pedagogico do trabalho final" style="text;html=1;strokeColor=none;fillColor=none;align=left;verticalAlign=middle;whiteSpace=wrap;rounded=0;fontSize=14;fontStyle=1;fontFamily=Helvetica;fontColor=#232F3E;" vertex="1" parent="1">
          <mxGeometry x="80" y="790" width="600" height="22" as="geometry" />
        </mxCell>
        <mxCell id="footer-step1" value="1. Setup automatizado: dataset sintetico deterministico (seed=42) — todo aluno obtem os mesmos numeros." style="text;html=1;strokeColor=none;fillColor=none;align=left;verticalAlign=middle;whiteSpace=wrap;rounded=0;fontSize=12;fontFamily=Helvetica;fontColor=#232F3E;" vertex="1" parent="1">
          <mxGeometry x="80" y="816" width="1560" height="22" as="geometry" />
        </mxCell>
        <mxCell id="footer-step2" value="2. Glue Crawler cataloga raws → CTAS Iceberg + ALTER + UPDATE + MERGE INTO + OPTIMIZE — pipeline lakehouse ponta a ponta no Athena." style="text;html=1;strokeColor=none;fillColor=none;align=left;verticalAlign=middle;whiteSpace=wrap;rounded=0;fontSize=12;fontFamily=Helvetica;fontColor=#232F3E;" vertex="1" parent="1">
          <mxGeometry x="80" y="840" width="1560" height="22" as="geometry" />
        </mxCell>
        <mxCell id="footer-step3" value="3. Query executiva valida o trabalho — top 5 clientes por receita liquida; DECISION.md em ADR fecha o entregavel para a Marina." style="text;html=1;strokeColor=none;fillColor=none;align=left;verticalAlign=middle;whiteSpace=wrap;rounded=0;fontSize=12;fontFamily=Helvetica;fontColor=#232F3E;" vertex="1" parent="1">
          <mxGeometry x="80" y="864" width="1560" height="22" as="geometry" />
        </mxCell>

      </root>
    </mxGraphModel>
  </diagram>
</mxfile>
